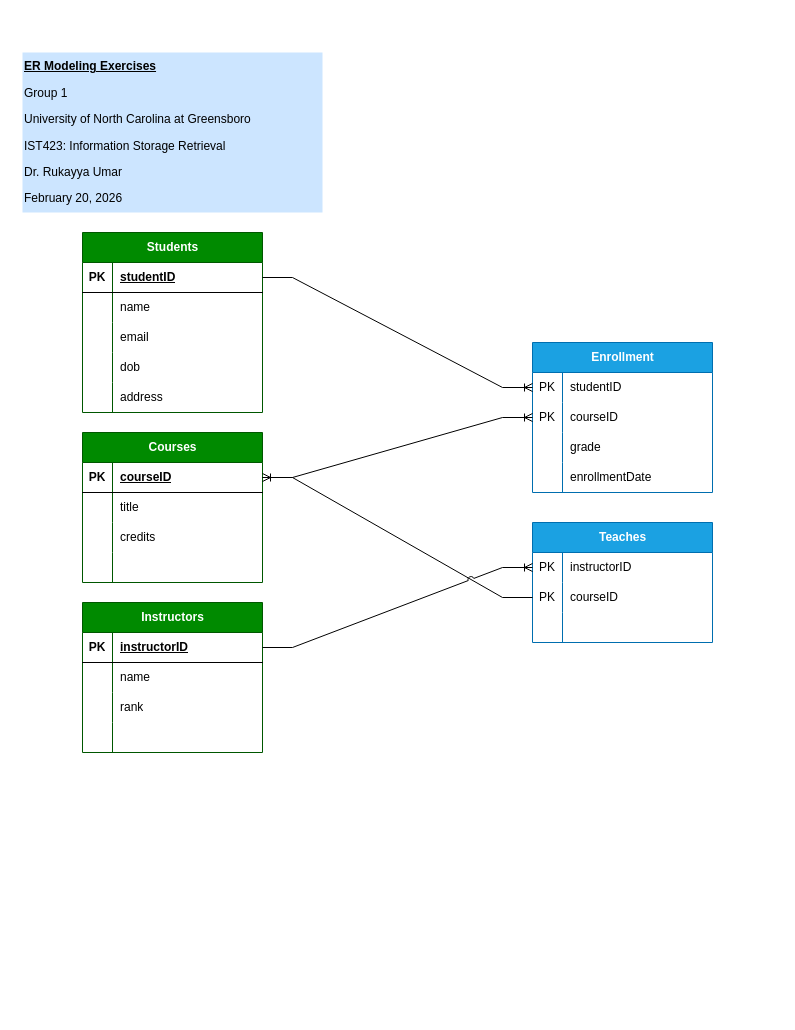
Before: ClassExerciseWk6.drawio in bmontessua/general, a draw.io diagram. Source tidied: cells renumbered, new cells numbered last; positions are measured from the earlier drawing's top-left corner, leaving out a move shared by most shapes. Both pictures are drawn from the tidied source at 100%, with x=0, y=0 at pixel (22, 52).
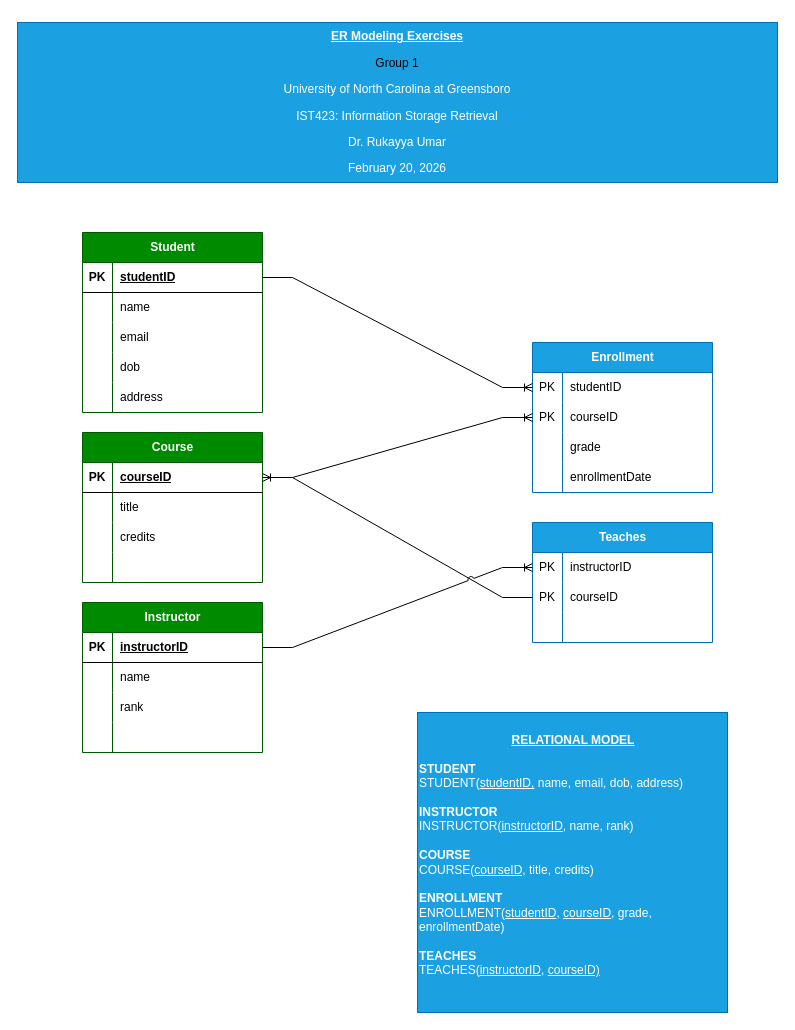
The same diagram, later.

What changed in the source:
```diff
@@
-    <mxCell id="2" value="Students" style="shape=table;startSize=30;childLayout=tableLayout;rowLines=0;fontStyle=1;align=center;html=1;fillColor=#008a00;fontColor=#ffffff;strokeColor=#005700;" parent="1" vertex="1">
+    <mxCell id="2" value="Student" style="shape=table;startSize=30;childLayout=tableLayout;rowLines=0;fontStyle=1;align=center;html=1;fillColor=#008a00;fontColor=#ffffff;strokeColor=#005700;" parent="1" vertex="1">
       <mxGeometry x="60" y="180" width="180" height="180" as="geometry" />
     </mxCell>
@@
-    <mxCell id="18" value="Courses" style="shape=table;startSize=30;childLayout=tableLayout;rowLines=0;fontStyle=1;align=center;html=1;fillColor=#008a00;fontColor=#ffffff;strokeColor=#005700;" parent="1" vertex="1">
+    <mxCell id="18" value="Course" style="shape=table;startSize=30;childLayout=tableLayout;rowLines=0;fontStyle=1;align=center;html=1;fillColor=#008a00;fontColor=#ffffff;strokeColor=#005700;" parent="1" vertex="1">
       <mxGeometry x="60" y="380" width="180" height="150" as="geometry" />
     </mxCell>
@@
-    <mxCell id="31" value="Instructors" style="shape=table;startSize=30;childLayout=tableLayout;rowLines=0;fontStyle=1;align=center;html=1;fillColor=#008a00;fontColor=#ffffff;strokeColor=#005700;" parent="1" vertex="1">
+    <mxCell id="31" value="Instructor" style="shape=table;startSize=30;childLayout=tableLayout;rowLines=0;fontStyle=1;align=center;html=1;fillColor=#008a00;fontColor=#ffffff;strokeColor=#005700;" parent="1" vertex="1">
       <mxGeometry x="60" y="550" width="180" height="150" as="geometry" />
     </mxCell>
@@
-    <mxCell id="57" value="&lt;p class=&quot;MsoNormal&quot;&gt;&lt;b&gt;&lt;u&gt;ER Modeling Exercises&lt;/u&gt;&lt;/b&gt;&lt;/p&gt;&lt;p class=&quot;MsoNormal&quot;&gt;&lt;span style=&quot;background-color: transparent; color: light-dark(rgb(0, 0, 0), rgb(255, 255, 255));&quot;&gt;Group 1&lt;/span&gt;&lt;/p&gt;&lt;p class=&quot;MsoNormal&quot;&gt;University of North Carolina at Greensboro&lt;/p&gt;&lt;p class=&quot;MsoNormal&quot;&gt;IST423: Information Storage Retrieval&lt;/p&gt;&lt;p class=&quot;MsoNormal&quot;&gt;Dr. Rukayya Umar&lt;/p&gt;&lt;p class=&quot;MsoNormal&quot;&gt;February 20, 2026&lt;/p&gt;" style="text;html=1;whiteSpace=wrap;strokeColor=none;fillColor=#CCE5FF;align=left;verticalAlign=middle;rounded=0;" parent="1" vertex="1">
-      <mxGeometry width="300" height="160" as="geometry" />
+    <mxCell id="57" value="&lt;p class=&quot;MsoNormal&quot; align=&quot;center&quot;&gt;&lt;b&gt;&lt;u&gt;ER Modeling Exercises&lt;/u&gt;&lt;/b&gt;&lt;/p&gt;&lt;p class=&quot;MsoNormal&quot; align=&quot;center&quot;&gt;&lt;span style=&quot;background-color: transparent; color: light-dark(rgb(0, 0, 0), rgb(0, 0, 0));&quot;&gt;Group 1&lt;/span&gt;&lt;/p&gt;&lt;p class=&quot;MsoNormal&quot; align=&quot;center&quot;&gt;University of North Carolina at Greensboro&lt;/p&gt;&lt;p class=&quot;MsoNormal&quot; align=&quot;center&quot;&gt;IST423: Information Storage Retrieval&lt;/p&gt;&lt;p class=&quot;MsoNormal&quot; align=&quot;center&quot;&gt;Dr. Rukayya Umar&lt;/p&gt;&lt;p class=&quot;MsoNormal&quot; align=&quot;center&quot;&gt;February 20, 2026&lt;/p&gt;" style="text;html=1;whiteSpace=wrap;strokeColor=#006EAF;fillColor=#1ba1e2;align=center;verticalAlign=middle;rounded=0;fontColor=#ffffff;" parent="1" vertex="1">
+      <mxGeometry x="-5" y="-30" width="760" height="160" as="geometry" />
     </mxCell>
@@
+    <mxCell id="72" value="&lt;div align=&quot;center&quot;&gt;&lt;b&gt;&lt;u&gt;RELATIONAL MODEL&lt;/u&gt;&lt;/b&gt;&lt;/div&gt;&lt;div align=&quot;left&quot;&gt;&lt;b&gt;&lt;u&gt;&lt;br&gt;&lt;/u&gt;&lt;/b&gt;&lt;/div&gt;&lt;div align=&quot;left&quot;&gt;&lt;b&gt;STUDENT&lt;/b&gt;&lt;/div&gt;&lt;div align=&quot;left&quot;&gt;STUDENT(&lt;u&gt;studentID,&lt;/u&gt;&amp;nbsp;name, email, dob, address)&lt;/div&gt;&lt;div align=&quot;left&quot;&gt;&lt;br&gt;&lt;/div&gt;&lt;div align=&quot;left&quot;&gt;&lt;b&gt;INSTRUCTOR&lt;/b&gt;&lt;/div&gt;&lt;div align=&quot;left&quot;&gt;INSTRUCTOR(&lt;u&gt;instructorID&lt;/u&gt;, name, rank)&lt;/div&gt;&lt;div align=&quot;left&quot;&gt;&lt;b&gt;&lt;br&gt;&lt;/b&gt;&lt;/div&gt;&lt;div align=&quot;left&quot;&gt;&lt;b&gt;COURSE&lt;/b&gt;&lt;/div&gt;&lt;div align=&quot;left&quot;&gt;COURSE(&lt;u&gt;courseID,&lt;/u&gt;&amp;nbsp;title, credits)&lt;/div&gt;&lt;div align=&quot;left&quot;&gt;&lt;b&gt;&lt;br&gt;&lt;/b&gt;&lt;/div&gt;&lt;div align=&quot;left&quot;&gt;&lt;b&gt;ENROLLMENT&lt;/b&gt;&lt;/div&gt;&lt;div align=&quot;left&quot;&gt;ENROLLMENT(&lt;u&gt;studentID&lt;/u&gt;, &lt;u&gt;courseID&lt;/u&gt;, grade, enrollmentDate)&lt;/div&gt;&lt;div align=&quot;left&quot;&gt;&lt;b&gt;&lt;br&gt;&lt;/b&gt;&lt;/div&gt;&lt;div align=&quot;left&quot;&gt;&lt;b&gt;TEACHES&lt;/b&gt;&lt;/div&gt;&lt;div align=&quot;left&quot;&gt;TEACHES(&lt;u&gt;instructorID&lt;/u&gt;,&amp;nbsp;&lt;u&gt;courseID)&lt;/u&gt;&lt;/div&gt;&lt;div align=&quot;left&quot;&gt;&lt;b&gt;&lt;br&gt;&lt;/b&gt;&lt;/div&gt;" style="text;html=1;whiteSpace=wrap;strokeColor=#006EAF;fillColor=#1ba1e2;align=left;verticalAlign=middle;rounded=0;fontColor=#ffffff;" parent="1" vertex="1">
+      <mxGeometry x="395" y="660" width="310" height="300" as="geometry" />
+    </mxCell>
```
